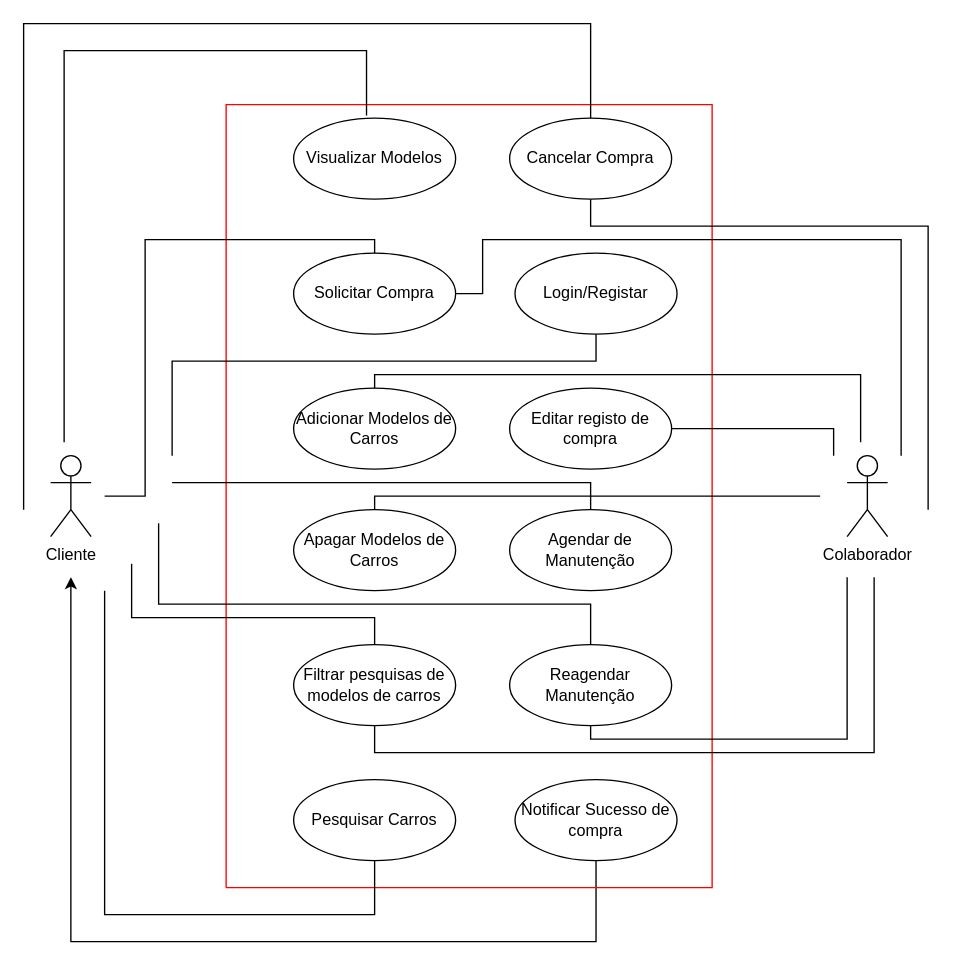
noellopes/CarManufactoring keeps this draw.io diagram as wwwroot/documents/Group3/GuilhermeAlves/Projeto_ES2/DiagramaCasoUsoProjeto/DiagramaCasoUsosProjeto.drawio. Above is the earlier version. Source tidied: cells renumbered, new cells numbered last; positions are measured from the earlier drawing's top-left corner, leaving out a move shared by most shapes. Both pictures are drawn from the tidied source at 135%, with x=0, y=0 at pixel (23, 23).
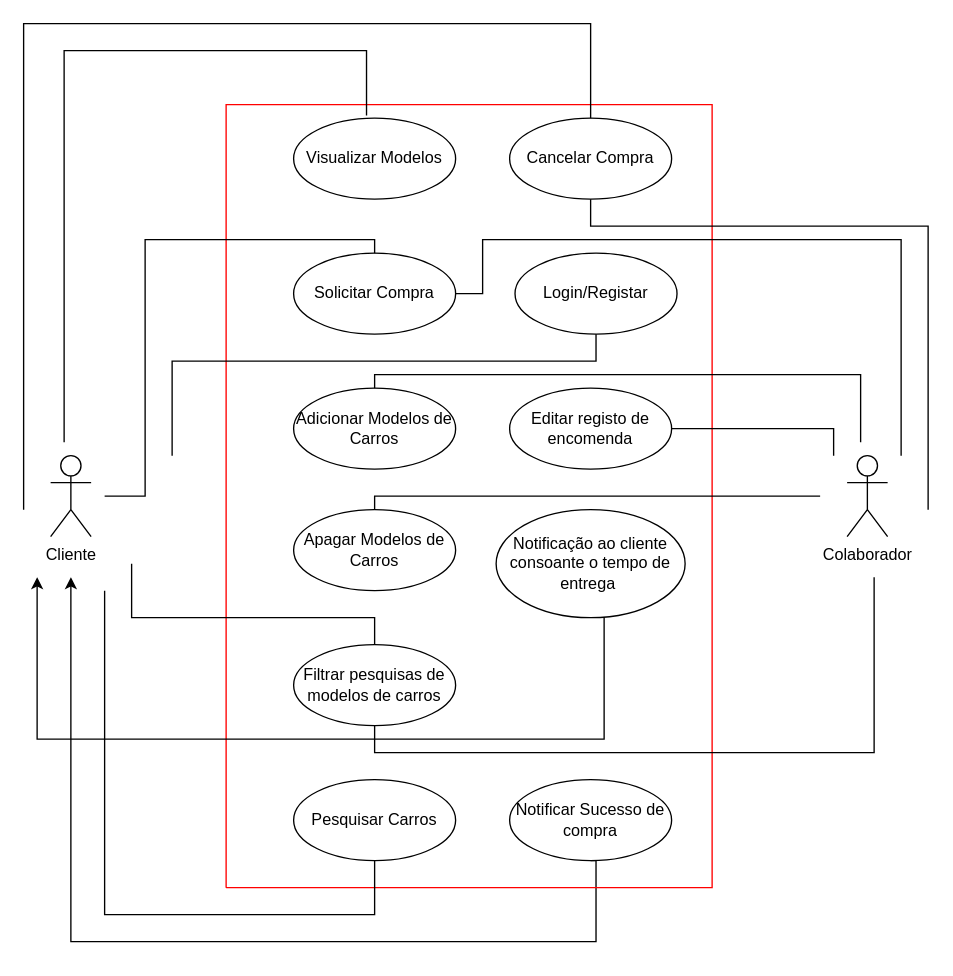
The same page after the edit.

What changed in the source:
```diff
@@
-    <mxCell id="10" value="Agendar de Manutenção" style="ellipse;whiteSpace=wrap;html=1;" parent="1" vertex="1">
-      <mxGeometry x="360" y="360" width="120" height="60" as="geometry" />
-    </mxCell>
-    <mxCell id="11" value="Editar registo de compra" style="ellipse;whiteSpace=wrap;html=1;" parent="1" vertex="1">
+    <mxCell id="11" value="Editar registo de encomenda" style="ellipse;whiteSpace=wrap;html=1;" parent="1" vertex="1">
       <mxGeometry x="360" y="270" width="120" height="60" as="geometry" />
     </mxCell>
@@
     <mxCell id="13" value="Notificar Sucesso de compra" style="ellipse;whiteSpace=wrap;html=1;" parent="1" vertex="1">
-      <mxGeometry x="364" y="560" width="120" height="60" as="geometry" />
+      <mxGeometry x="360" y="560" width="120" height="60" as="geometry" />
     </mxCell>
@@
-    <mxCell id="15" value="Reagendar Manutenção" style="ellipse;whiteSpace=wrap;html=1;" parent="1" vertex="1">
-      <mxGeometry x="360" y="460" width="120" height="60" as="geometry" />
-    </mxCell>
@@
-    <mxCell id="23" style="endArrow=none;html=1;rounded=0;exitX=0.5;exitY=1;exitDx=0;exitDy=0;" parent="1" edge="1" source="15">
-      <mxGeometry relative="1" as="geometry">
-        <mxPoint x="610" y="410" as="targetPoint" />
-        <Array as="points">
-          <mxPoint x="420" y="530" />
-          <mxPoint x="610" y="530" />
-        </Array>
-      </mxGeometry>
-    </mxCell>
@@
-    <mxCell id="26" style="endArrow=none;html=1;rounded=0;exitX=0.5;exitY=0;exitDx=0;exitDy=0;" parent="1" edge="1" source="15">
-      <mxGeometry relative="1" as="geometry">
-        <mxPoint x="100" y="370" as="targetPoint" />
-        <Array as="points">
-          <mxPoint x="420" y="430" />
-          <mxPoint x="100" y="430" />
-        </Array>
-      </mxGeometry>
-    </mxCell>
-    <mxCell id="27" style="endArrow=none;html=1;rounded=0;exitX=0.5;exitY=0;exitDx=0;exitDy=0;" parent="1" edge="1" source="10">
-      <mxGeometry relative="1" as="geometry">
-        <mxPoint x="110" y="340" as="targetPoint" />
-        <Array as="points">
-          <mxPoint x="420" y="340" />
-        </Array>
-      </mxGeometry>
-    </mxCell>
@@
+    <mxCell id="33" style="edgeStyle=orthogonalEdgeStyle;rounded=0;jettySize=auto;html=1;" parent="1" edge="1" source="34">
+      <mxGeometry relative="1" as="geometry">
+        <mxPoint x="10" y="410" as="targetPoint" />
+        <Array as="points">
+          <mxPoint x="430" y="530" />
+          <mxPoint x="10" y="530" />
+        </Array>
+      </mxGeometry>
+    </mxCell>
+    <mxCell id="34" value="Notificação ao cliente consoante o tempo de entrega&amp;nbsp;" style="ellipse;whiteSpace=wrap;html=1;" parent="1" vertex="1">
+      <mxGeometry x="350" y="360" width="140" height="80" as="geometry" />
+    </mxCell>
```
